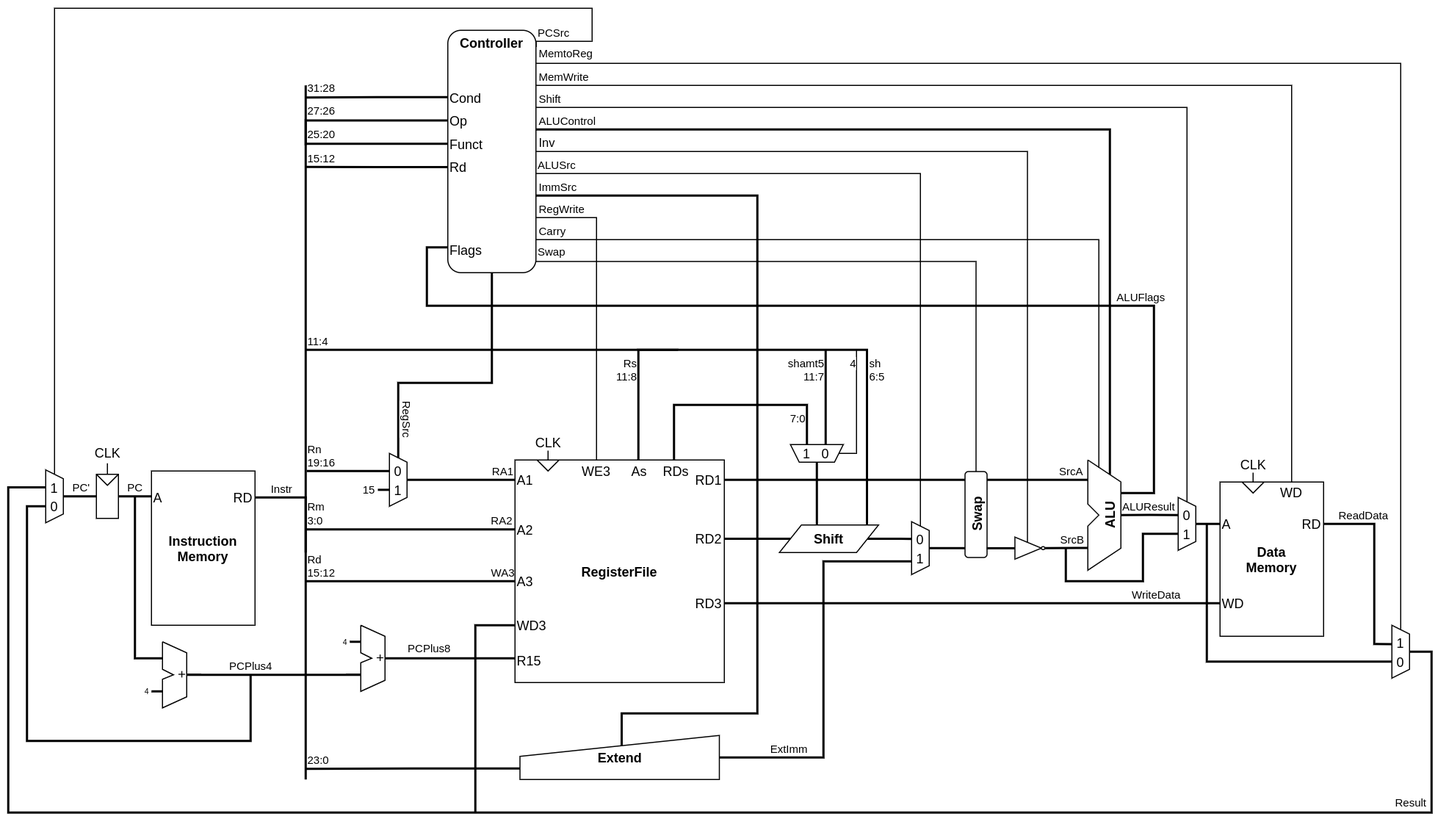
This is asset/arm_cpu_diagram.drawio.png from takah29/arm-cpu, a draw.io export, as it was before one commit. Source tidied: cells renumbered, new cells last; positions are measured from the earlier drawing's top-left corner, leaving out a move shared by most shapes.
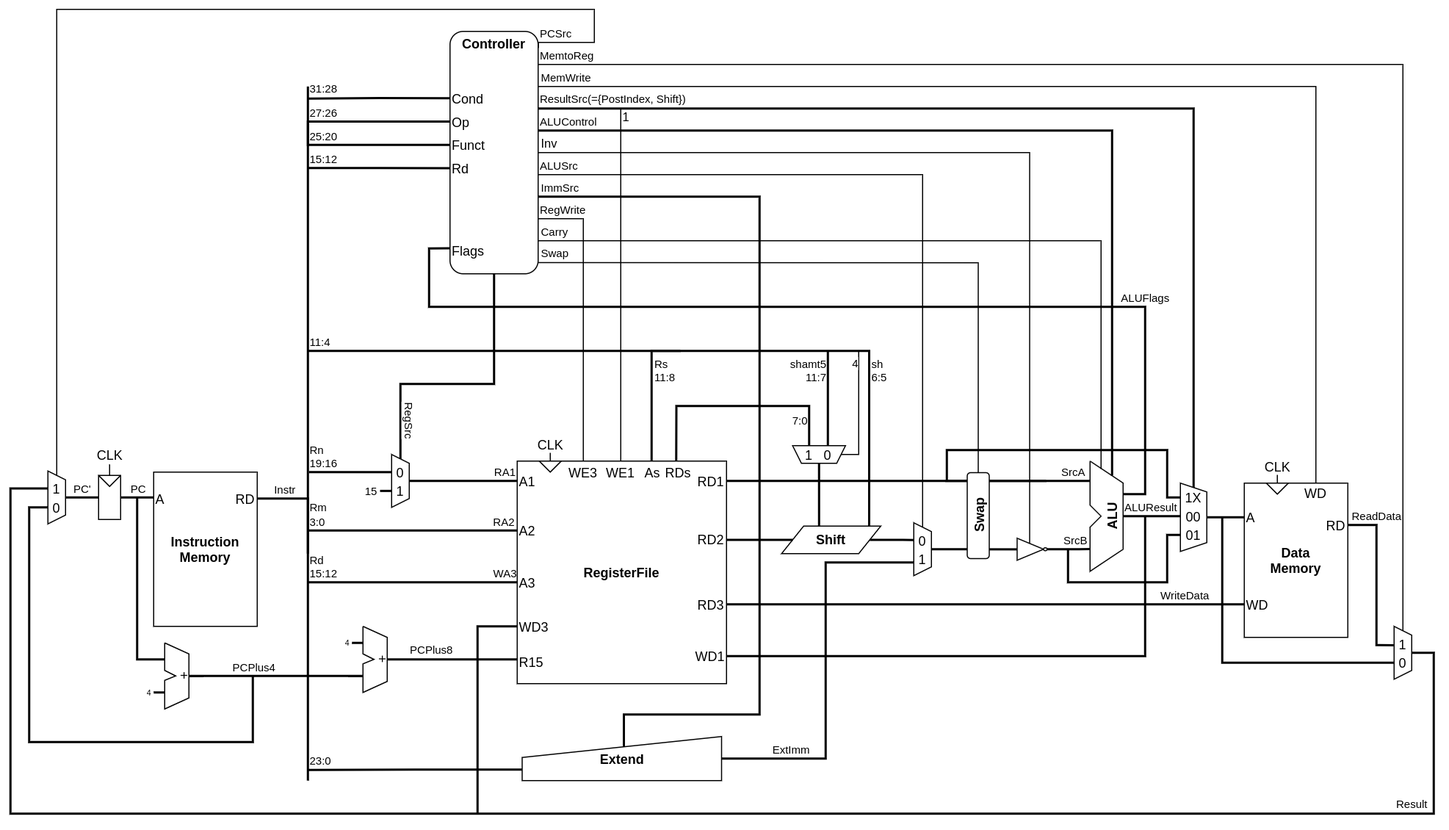
After the commit.

What changed in the source:
```diff
@@ -224,7 +224,8 @@
       <mxGeometry relative="1" as="geometry">
         <mxPoint x="479" y="190" as="targetPoint" />
         <Array as="points">
-          <mxPoint x="534" y="190" />
+          <mxPoint x="520" y="410" />
+          <mxPoint x="520" y="190" />
         </Array>
       </mxGeometry>
     </mxCell>
@@ -250,17 +251,16 @@
     <mxCell id="52" style="edgeStyle=orthogonalEdgeStyle;rounded=0;jettySize=auto;html=1;exitX=1;exitY=1;exitDx=0;exitDy=0;endArrow=none;endFill=0;strokeWidth=2;entryX=0.003;entryY=0.895;entryDx=0;entryDy=0;entryPerimeter=0;" parent="1" edge="1" source="54" target="17">
       <mxGeometry relative="1" as="geometry">
         <Array as="points">
-          <mxPoint x="1040" y="440" />
-          <mxPoint x="1040" y="270" />
+          <mxPoint x="1030" y="440" />
+          <mxPoint x="1030" y="270" />
           <mxPoint x="380" y="270" />
           <mxPoint x="380" y="217" />
-          <mxPoint x="399" y="217" />
         </Array>
       </mxGeometry>
     </mxCell>
     <mxCell id="53" value="&lt;font style=&quot;font-size: 10px&quot;&gt;ALUFlags&lt;/font&gt;" style="edgeLabel;html=1;align=center;verticalAlign=bottom;fontSize=7;" parent="52" vertex="1">
       <mxGeometry x="-0.53" y="1" relative="1" as="geometry">
-        <mxPoint x="8.1" y="-1" as="offset" />
+        <mxPoint x="25.9" y="-1" as="offset" />
       </mxGeometry>
     </mxCell>
     <mxCell id="54" value="&lt;b&gt;ALU&lt;/b&gt;" style="text;html=1;strokeColor=none;fillColor=none;align=center;verticalAlign=middle;whiteSpace=wrap;rounded=0;rotation=-90;" parent="1" vertex="1">
@@ -308,45 +308,57 @@
       <mxGeometry x="464.5" y="660" width="181" height="40" as="geometry" />
     </mxCell>
     <mxCell id="65" style="group;" parent="1" vertex="1">
-      <mxGeometry x="1062" y="444" width="16" height="48" as="geometry" />
+      <mxGeometry x="1070" y="444" width="35" height="48" as="geometry" />
     </mxCell>
     <mxCell id="66" style="shape=trapezoid;perimeter=trapezoidPerimeter;whiteSpace=wrap;html=1;fixedSize=1;rotation=90;size=8;" parent="65" vertex="1">
-      <mxGeometry x="-16" y="16" width="48" height="16" as="geometry" />
+      <mxGeometry x="-27" y="5" width="62" height="24" as="geometry" />
     </mxCell>
-    <mxCell id="67" value="1" style="text;html=1;strokeColor=none;fillColor=none;align=center;verticalAlign=middle;whiteSpace=wrap;rounded=0;" parent="65" vertex="1">
-      <mxGeometry x="3" y="23" width="10" height="20" as="geometry" />
+    <mxCell id="67" value="01" style="text;html=1;strokeColor=none;fillColor=none;align=center;verticalAlign=middle;whiteSpace=wrap;rounded=0;" parent="65" vertex="1">
+      <mxGeometry x="-1" y="23" width="10" height="20" as="geometry" />
     </mxCell>
-    <mxCell id="68" value="0" style="text;html=1;strokeColor=none;fillColor=none;align=center;verticalAlign=middle;whiteSpace=wrap;rounded=0;" parent="65" vertex="1">
-      <mxGeometry x="3" y="6" width="10" height="20" as="geometry" />
+    <mxCell id="68" value="00" style="text;html=1;strokeColor=none;fillColor=none;align=center;verticalAlign=middle;whiteSpace=wrap;rounded=0;" parent="65" vertex="1">
+      <mxGeometry x="-1" y="6" width="10" height="20" as="geometry" />
     </mxCell>
+    <mxCell id="182" value="1X" style="text;html=1;strokeColor=none;fillColor=none;align=center;verticalAlign=middle;whiteSpace=wrap;rounded=0;" parent="65" vertex="1">
+      <mxGeometry x="-1" y="-11" width="10" height="20" as="geometry" />
+    </mxCell>
-    <mxCell id="69" style="edgeStyle=orthogonalEdgeStyle;rounded=0;jettySize=auto;html=1;entryX=0.5;entryY=1;entryDx=0;entryDy=0;endArrow=none;endFill=0;exitX=0.332;exitY=0.98;exitDx=0;exitDy=0;exitPerimeter=0;strokeWidth=2;" parent="1" edge="1" source="66" target="54">
-      <mxGeometry relative="1" as="geometry" />
+    <mxCell id="69" style="edgeStyle=orthogonalEdgeStyle;rounded=0;jettySize=auto;html=1;entryX=0.5;entryY=1;entryDx=0;entryDy=0;endArrow=none;endFill=0;strokeWidth=2;" parent="1" edge="1" target="54">
+      <mxGeometry relative="1" as="geometry">
+        <mxPoint x="1062" y="460" as="sourcePoint" />
+        <Array as="points">
+          <mxPoint x="1062" y="460" />
+        </Array>
+      </mxGeometry>
     </mxCell>
     <mxCell id="70" value="&lt;font style=&quot;font-size: 10px&quot;&gt;ALUResult&lt;/font&gt;" style="edgeLabel;html=1;align=center;verticalAlign=bottom;fontSize=7;" parent="69" vertex="1">
       <mxGeometry x="0.38" y="1" relative="1" as="geometry">
         <mxPoint x="8.2" y="-1" as="offset" />
       </mxGeometry>
     </mxCell>
-    <mxCell id="71" style="edgeStyle=orthogonalEdgeStyle;rounded=0;jettySize=auto;html=1;endArrow=none;endFill=0;exitX=0.687;exitY=0.992;exitDx=0;exitDy=0;exitPerimeter=0;strokeWidth=2;" parent="1" edge="1" source="66">
+    <mxCell id="71" style="edgeStyle=orthogonalEdgeStyle;rounded=0;orthogonalLoop=1;jettySize=auto;html=1;endArrow=none;endFill=0;strokeWidth=2;" parent="1" edge="1">
       <mxGeometry relative="1" as="geometry">
+        <mxPoint x="1062" y="477" as="sourcePoint" />
         <mxPoint x="960" y="490" as="targetPoint" />
         <Array as="points">
-          <mxPoint x="1030" y="477" />
-          <mxPoint x="1030" y="520" />
+          <mxPoint x="1050" y="477" />
+          <mxPoint x="1050" y="520" />
           <mxPoint x="960" y="520" />
-          <mxPoint x="960" y="490" />
         </Array>
       </mxGeometry>
     </mxCell>
     <mxCell id="72" style="edgeStyle=orthogonalEdgeStyle;rounded=0;jettySize=auto;html=1;exitX=0;exitY=0.5;exitDx=0;exitDy=0;entryX=0.5;entryY=0;entryDx=0;entryDy=0;endArrow=none;endFill=0;strokeWidth=2;" parent="1" edge="1" source="107" target="66">
-      <mxGeometry relative="1" as="geometry" />
+      <mxGeometry relative="1" as="geometry">
+        <Array as="points">
+          <mxPoint x="1120" y="461" />
+        </Array>
+      </mxGeometry>
     </mxCell>
     <mxCell id="73" style="edgeStyle=orthogonalEdgeStyle;rounded=0;jettySize=auto;html=1;exitX=0;exitY=0.5;exitDx=0;exitDy=0;endArrow=none;endFill=0;strokeWidth=2;entryX=1;entryY=0.5;entryDx=0;entryDy=0;" parent="1" edge="1" source="108" target="104">
       <mxGeometry relative="1" as="geometry" />
     </mxCell>
     <mxCell id="74" value="&lt;font style=&quot;font-size: 10px&quot;&gt;WriteData&lt;/font&gt;" style="edgeLabel;html=1;align=center;verticalAlign=bottom;fontSize=7;" parent="73" vertex="1">
       <mxGeometry x="-0.7" relative="1" as="geometry">
-        <mxPoint x="7.7" as="offset" />
+        <mxPoint x="14.7" as="offset" />
       </mxGeometry>
     </mxCell>
     <mxCell id="75" style="group;" parent="1" vertex="1">
@@ -371,15 +383,19 @@
     </mxCell>
     <mxCell id="80" value="&lt;font style=&quot;font-size: 10px&quot;&gt;ReadData&lt;/font&gt;" style="edgeLabel;html=1;align=center;verticalAlign=bottom;fontSize=7;" parent="79" vertex="1">
       <mxGeometry x="-0.64" y="-1" relative="1" as="geometry">
-        <mxPoint x="4.3" y="-1" as="offset" />
+        <mxPoint x="0.3" y="-1" as="offset" />
       </mxGeometry>
     </mxCell>
     <mxCell id="81" style="edgeStyle=orthogonalEdgeStyle;rounded=0;jettySize=auto;html=1;exitX=0.687;exitY=0.994;exitDx=0;exitDy=0;endArrow=none;endFill=0;exitPerimeter=0;strokeWidth=2;" parent="1" edge="1" source="76">
       <mxGeometry relative="1" as="geometry">
-        <mxPoint x="1088" y="468" as="targetPoint" />
+        <mxPoint x="1100" y="461" as="targetPoint" />
+        <Array as="points">
+          <mxPoint x="1100" y="593" />
+          <mxPoint x="1100" y="468" />
+        </Array>
       </mxGeometry>
     </mxCell>
-    <mxCell id="82" style="edgeStyle=orthogonalEdgeStyle;rounded=0;jettySize=auto;html=1;exitX=0;exitY=0.5;exitDx=0;exitDy=0;endArrow=none;endFill=0;strokeWidth=1;fontSize=10;" parent="1" edge="1" source="66">
+    <mxCell id="82" style="edgeStyle=orthogonalEdgeStyle;rounded=0;jettySize=auto;html=1;exitX=0;exitY=0.5;exitDx=0;exitDy=0;endArrow=none;endFill=0;strokeWidth=2;fontSize=10;" parent="1" edge="1" source="66">
       <mxGeometry relative="1" as="geometry">
         <mxPoint x="479" y="90" as="targetPoint" />
         <Array as="points">
@@ -388,9 +404,9 @@
         </Array>
       </mxGeometry>
     </mxCell>
-    <mxCell id="83" value="&lt;font style=&quot;font-size: 10px&quot;&gt;Shift&lt;/font&gt;" style="edgeLabel;html=1;align=left;verticalAlign=bottom;fontSize=10;" parent="82" vertex="1">
+    <mxCell id="83" value="&lt;font style=&quot;font-size: 10px&quot;&gt;ResultSrc(={PostIndex, Shift})&lt;br&gt;&lt;/font&gt;" style="edgeLabel;html=1;align=left;verticalAlign=bottom;fontSize=10;" parent="82" vertex="1">
       <mxGeometry x="0.96" relative="1" as="geometry">
-        <mxPoint x="-17.1" y="0.1" as="offset" />
+        <mxPoint x="-17.1" y="-0.9" as="offset" />
       </mxGeometry>
     </mxCell>
     <mxCell id="84" style="edgeStyle=orthogonalEdgeStyle;rounded=0;jettySize=auto;html=1;exitX=0.51;exitY=0.228;exitDx=0;exitDy=0;endArrow=none;endFill=0;strokeWidth=2;fontSize=10;exitPerimeter=0;" parent="1" edge="1" source="64">
@@ -449,10 +465,10 @@
       <mxGeometry x="160" y="61.5" width="30" height="20" as="geometry" />
     </mxCell>
     <mxCell id="97" value="WE3" style="text;html=1;strokeColor=none;fillColor=none;align=center;verticalAlign=middle;whiteSpace=wrap;rounded=0;" parent="88" vertex="1">
-      <mxGeometry x="54" width="40" height="20" as="geometry" />
+      <mxGeometry x="40" width="40" height="20" as="geometry" />
     </mxCell>
     <mxCell id="98" value="As&lt;span style=&quot;color: rgba(0 , 0 , 0 , 0) ; font-family: monospace ; font-size: 0px&quot;&gt;%3CmxGraphModel%3E%3Croot%3E%3CmxCell%20id%3D%220%22%2F%3E%3CmxCell%20id%3D%221%22%20parent%3D%220%22%2F%3E%3CmxCell%20id%3D%222%22%20value%3D%22%22%20style%3D%22group%22%20vertex%3D%221%22%20connectable%3D%220%22%20parent%3D%221%22%3E%3CmxGeometry%20x%3D%22370%22%20y%3D%22316%22%20width%3D%2216%22%20height%3D%2248%22%20as%3D%22geometry%22%2F%3E%3C%2FmxCell%3E%3CmxCell%20id%3D%223%22%20value%3D%22%22%20style%3D%22shape%3Dtrapezoid%3Bperimeter%3DtrapezoidPerimeter%3BwhiteSpace%3Dwrap%3Bhtml%3D1%3BfixedSize%3D1%3Brotation%3D90%3Bsize%3D8%3B%22%20vertex%3D%221%22%20parent%3D%222%22%3E%3CmxGeometry%20x%3D%22-16%22%20y%3D%2216%22%20width%3D%2248%22%20height%3D%2216%22%20as%3D%22geometry%22%2F%3E%3C%2FmxCell%3E%3CmxCell%20id%3D%224%22%20value%3D%220%22%20style%3D%22text%3Bhtml%3D1%3BstrokeColor%3Dnone%3BfillColor%3Dnone%3Balign%3Dcenter%3BverticalAlign%3Dmiddle%3BwhiteSpace%3Dwrap%3Brounded%3D0%3B%22%20vertex%3D%221%22%20parent%3D%222%22%3E%3CmxGeometry%20x%3D%223%22%20y%3D%2223%22%20width%3D%2210%22%20height%3D%2220%22%20as%3D%22geometry%22%2F%3E%3C%2FmxCell%3E%3CmxCell%20id%3D%225%22%20value%3D%221%22%20style%3D%22text%3Bhtml%3D1%3BstrokeColor%3Dnone%3BfillColor%3Dnone%3Balign%3Dcenter%3BverticalAlign%3Dmiddle%3BwhiteSpace%3Dwrap%3Brounded%3D0%3B%22%20vertex%3D%221%22%20parent%3D%222%22%3E%3CmxGeometry%20x%3D%223%22%20y%3D%226%22%20width%3D%2210%22%20height%3D%2220%22%20as%3D%22geometry%22%2F%3E%3C%2FmxCell%3E%3C%2Froot%3E%3C%2FmxGraphModel%3E&lt;/span&gt;" style="text;html=1;strokeColor=none;fillColor=none;align=left;verticalAlign=middle;whiteSpace=wrap;rounded=0;" parent="88" vertex="1">
-      <mxGeometry x="104" width="16" height="20" as="geometry" />
+      <mxGeometry x="114" width="16" height="20" as="geometry" />
     </mxCell>
     <mxCell id="99" value="RDs" style="text;html=1;strokeColor=none;fillColor=none;align=right;verticalAlign=middle;whiteSpace=wrap;rounded=0;" parent="88" vertex="1">
       <mxGeometry x="130" width="30" height="20" as="geometry" />
@@ -481,14 +497,20 @@
     <mxCell id="104" value="RD3" style="text;html=1;strokeColor=none;fillColor=none;align=right;verticalAlign=middle;whiteSpace=wrap;rounded=0;" parent="88" vertex="1">
       <mxGeometry x="160" y="120" width="30" height="20" as="geometry" />
     </mxCell>
+    <mxCell id="183" value="WE1" style="text;html=1;strokeColor=none;fillColor=none;align=center;verticalAlign=middle;whiteSpace=wrap;rounded=0;" parent="88" vertex="1">
+      <mxGeometry x="74" width="40" height="20" as="geometry" />
+    </mxCell>
+    <mxCell id="184" value="WD1&lt;span style=&quot;color: rgba(0 , 0 , 0 , 0) ; font-family: monospace ; font-size: 0px&quot;&gt;%3CmxGraphModel%3E%3Croot%3E%3CmxCell%20id%3D%220%22%2F%3E%3CmxCell%20id%3D%221%22%20parent%3D%220%22%2F%3E%3CmxCell%20id%3D%222%22%20value%3D%22%22%20style%3D%22group%22%20vertex%3D%221%22%20connectable%3D%220%22%20parent%3D%221%22%3E%3CmxGeometry%20x%3D%22370%22%20y%3D%22316%22%20width%3D%2216%22%20height%3D%2248%22%20as%3D%22geometry%22%2F%3E%3C%2FmxCell%3E%3CmxCell%20id%3D%223%22%20value%3D%22%22%20style%3D%22shape%3Dtrapezoid%3Bperimeter%3DtrapezoidPerimeter%3BwhiteSpace%3Dwrap%3Bhtml%3D1%3BfixedSize%3D1%3Brotation%3D90%3Bsize%3D8%3B%22%20vertex%3D%221%22%20parent%3D%222%22%3E%3CmxGeometry%20x%3D%22-16%22%20y%3D%2216%22%20width%3D%2248%22%20height%3D%2216%22%20as%3D%22geometry%22%2F%3E%3C%2FmxCell%3E%3CmxCell%20id%3D%224%22%20value%3D%220%22%20style%3D%22text%3Bhtml%3D1%3BstrokeColor%3Dnone%3BfillColor%3Dnone%3Balign%3Dcenter%3BverticalAlign%3Dmiddle%3BwhiteSpace%3Dwrap%3Brounded%3D0%3B%22%20vertex%3D%221%22%20parent%3D%222%22%3E%3CmxGeometry%20x%3D%223%22%20y%3D%2223%22%20width%3D%2210%22%20height%3D%2220%22%20as%3D%22geometry%22%2F%3E%3C%2FmxCell%3E%3CmxCell%20id%3D%225%22%20value%3D%221%22%20style%3D%22text%3Bhtml%3D1%3BstrokeColor%3Dnone%3BfillColor%3Dnone%3Balign%3Dcenter%3BverticalAlign%3Dmiddle%3BwhiteSpace%3Dwrap%3Brounded%3D0%3B%22%20vertex%3D%221%22%20parent%3D%222%22%3E%3CmxGeometry%20x%3D%223%22%20y%3D%226%22%20width%3D%2210%22%20height%3D%2220%22%20as%3D%22geometry%22%2F%3E%3C%2FmxCell%3E%3C%2Froot%3E%3C%2FmxGraphModel%33&lt;/span&gt;" style="text;html=1;strokeColor=none;fillColor=none;align=left;verticalAlign=middle;whiteSpace=wrap;rounded=0;" parent="88" vertex="1">
+      <mxGeometry x="160" y="167" width="30" height="20" as="geometry" />
+    </mxCell>
     <mxCell id="105" style="group;align=left;" parent="1" vertex="1">
-      <mxGeometry x="1100" y="429" width="94" height="141" as="geometry" />
+      <mxGeometry x="1120" y="429" width="94" height="141" as="geometry" />
     </mxCell>
     <mxCell id="106" value="&lt;b&gt;Data&lt;br&gt;Memory&lt;/b&gt;" style="rounded=0;whiteSpace=wrap;html=1;" parent="105" vertex="1">
       <mxGeometry y="1" width="94" height="140" as="geometry" />
     </mxCell>
     <mxCell id="107" value="A" style="text;html=1;strokeColor=none;fillColor=none;align=left;verticalAlign=middle;whiteSpace=wrap;rounded=0;" parent="105" vertex="1">
-      <mxGeometry y="29" width="30" height="20" as="geometry" />
+      <mxGeometry y="22" width="30" height="20" as="geometry" />
     </mxCell>
     <mxCell id="108" value="WD" style="text;html=1;strokeColor=none;fillColor=none;align=left;verticalAlign=middle;whiteSpace=wrap;rounded=0;" parent="105" vertex="1">
       <mxGeometry y="101" width="40" height="20" as="geometry" />
@@ -824,9 +846,9 @@
         </Array>
       </mxGeometry>
     </mxCell>
-    <mxCell id="170" value="&lt;div&gt;Rs&lt;/div&gt;&lt;div&gt;11:8&lt;/div&gt;" style="edgeLabel;html=1;align=right;verticalAlign=top;fontSize=10;" parent="169" vertex="1">
+    <mxCell id="170" value="&lt;div&gt;Rs&lt;/div&gt;&lt;div&gt;11:8&lt;/div&gt;" style="edgeLabel;html=1;align=left;verticalAlign=top;fontSize=10;" parent="169" vertex="1">
       <mxGeometry x="0.8" relative="1" as="geometry">
-        <mxPoint x="-23.7" as="offset" />
+        <mxPoint x="-12.7" as="offset" />
       </mxGeometry>
     </mxCell>
     <mxCell id="171" style="edgeStyle=orthogonalEdgeStyle;rounded=0;jettySize=auto;html=1;exitX=0.76;exitY=0;exitDx=0;exitDy=0;endArrow=none;endFill=0;strokeWidth=2;fontSize=10;exitPerimeter=0;entryX=0.688;entryY=1.001;entryDx=0;entryDy=0;entryPerimeter=0;" parent="1" edge="1" source="89" target="149">
@@ -854,9 +876,6 @@
         <mxPoint x="-12.6" y="-0.6" as="offset" />
       </mxGeometry>
     </mxCell>
-    <mxCell id="175" value="&lt;b&gt;&lt;font style=&quot;font-size: 12px&quot;&gt;Swap&lt;/font&gt;&lt;/b&gt;" style="rounded=1;whiteSpace=wrap;html=1;fontSize=10;align=center;rotation=-90;" parent="1" vertex="1">
-      <mxGeometry x="839.5" y="449.5" width="78" height="20" as="geometry" />
-    </mxCell>
     <mxCell id="176" style="edgeStyle=orthogonalEdgeStyle;rounded=0;jettySize=auto;html=1;exitX=0.172;exitY=0.505;exitDx=0;exitDy=0;exitPerimeter=0;entryX=0.105;entryY=0.985;entryDx=0;entryDy=0;entryPerimeter=0;endArrow=none;endFill=0;strokeWidth=2;" parent="1" edge="1" source="177" target="175">
       <mxGeometry relative="1" as="geometry" />
     </mxCell>
@@ -884,5 +903,38 @@
         <mxPoint x="-8.8" as="offset" />
       </mxGeometry>
     </mxCell>
+    <mxCell id="185" style="edgeStyle=orthogonalEdgeStyle;rounded=0;orthogonalLoop=1;jettySize=auto;html=1;strokeWidth=2;endArrow=none;endFill=0;" parent="1" edge="1">
+      <mxGeometry relative="1" as="geometry">
+        <mxPoint x="1062" y="443" as="sourcePoint" />
+        <mxPoint x="940" y="428" as="targetPoint" />
+        <Array as="points">
+          <mxPoint x="1050" y="443" />
+          <mxPoint x="1050" y="400" />
+          <mxPoint x="850" y="400" />
+          <mxPoint x="850" y="428" />
+        </Array>
+      </mxGeometry>
+    </mxCell>
+    <mxCell id="186" style="edgeStyle=orthogonalEdgeStyle;rounded=0;jettySize=auto;html=1;exitX=0.5;exitY=0;exitDx=0;exitDy=0;endArrow=none;endFill=0;strokeWidth=1;" parent="1" edge="1" source="183">
+      <mxGeometry relative="1" as="geometry">
+        <mxPoint x="554" y="90" as="targetPoint" />
+        <Array as="points">
+          <mxPoint x="554" y="90" />
+        </Array>
+      </mxGeometry>
+    </mxCell>
+    <mxCell id="187" value="1" style="edgeLabel;html=1;align=left;verticalAlign=middle;" parent="186" vertex="1">
+      <mxGeometry x="0.96" relative="1" as="geometry">
+        <mxPoint y="1.3" as="offset" />
+      </mxGeometry>
+    </mxCell>
+    <mxCell id="188" style="edgeStyle=orthogonalEdgeStyle;rounded=0;jettySize=auto;html=1;exitX=1;exitY=0.5;exitDx=0;exitDy=0;endArrow=none;endFill=0;strokeWidth=2;" parent="1" edge="1" source="184">
+      <mxGeometry relative="1" as="geometry">
+        <mxPoint x="1030" y="460" as="targetPoint" />
+      </mxGeometry>
+    </mxCell>
+    <mxCell id="175" value="&lt;b&gt;&lt;font style=&quot;font-size: 12px&quot;&gt;Swap&lt;/font&gt;&lt;/b&gt;" style="rounded=1;whiteSpace=wrap;html=1;fontSize=10;align=center;rotation=-90;" parent="1" vertex="1">
+      <mxGeometry x="839.5" y="449.5" width="78" height="20" as="geometry" />
+    </mxCell>
   </root>
 </mxGraphModel>
```
